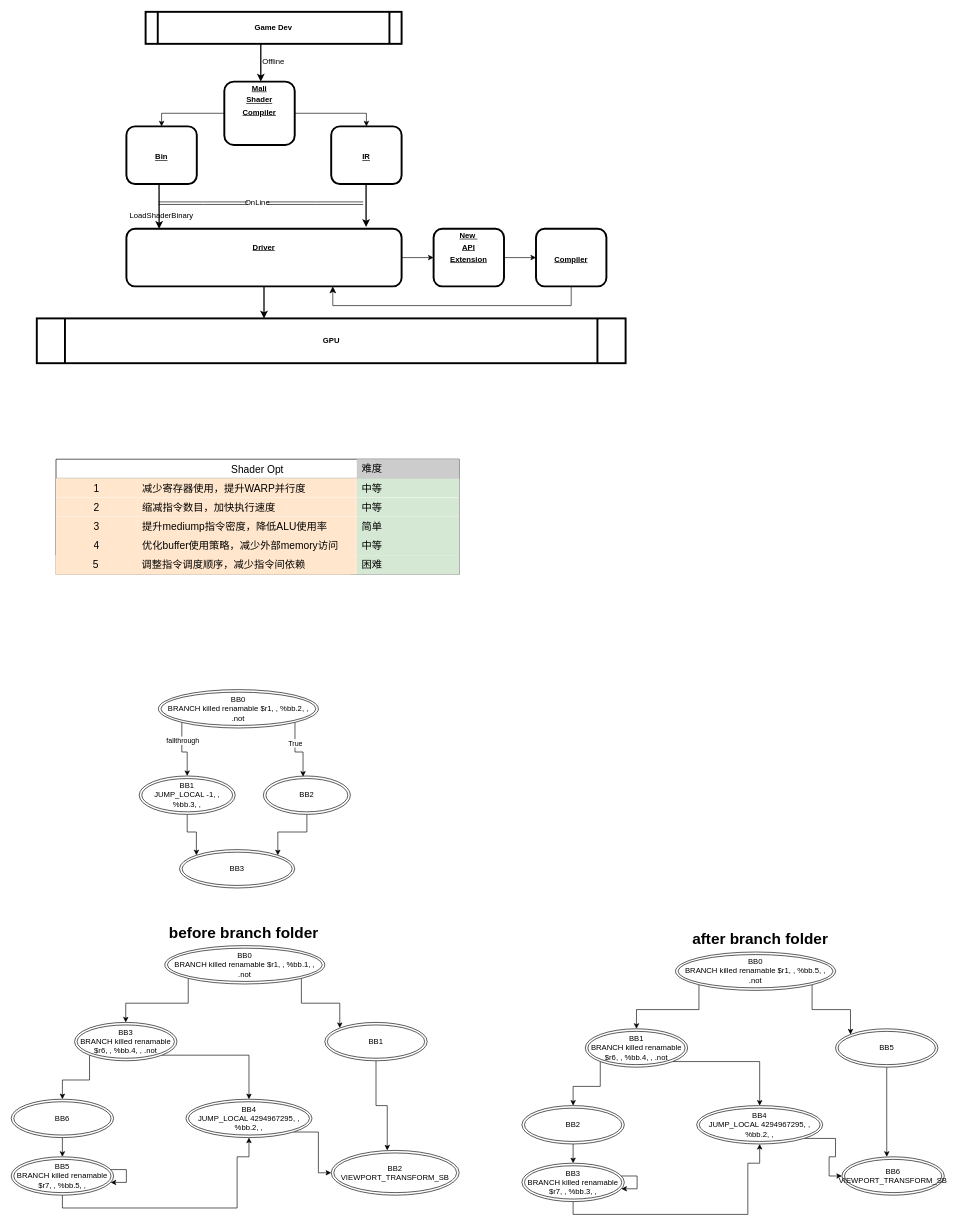
Before: gpu_comp.drawio in COthello/mesadoc, a draw.io diagram. Source tidied: cells renumbered, new cells numbered last; positions are measured from the earlier drawing's top-left corner, leaving out a move shared by most shapes. Both pictures are drawn from the tidied source at 64%, with x=0, y=0 at pixel (11, 12).
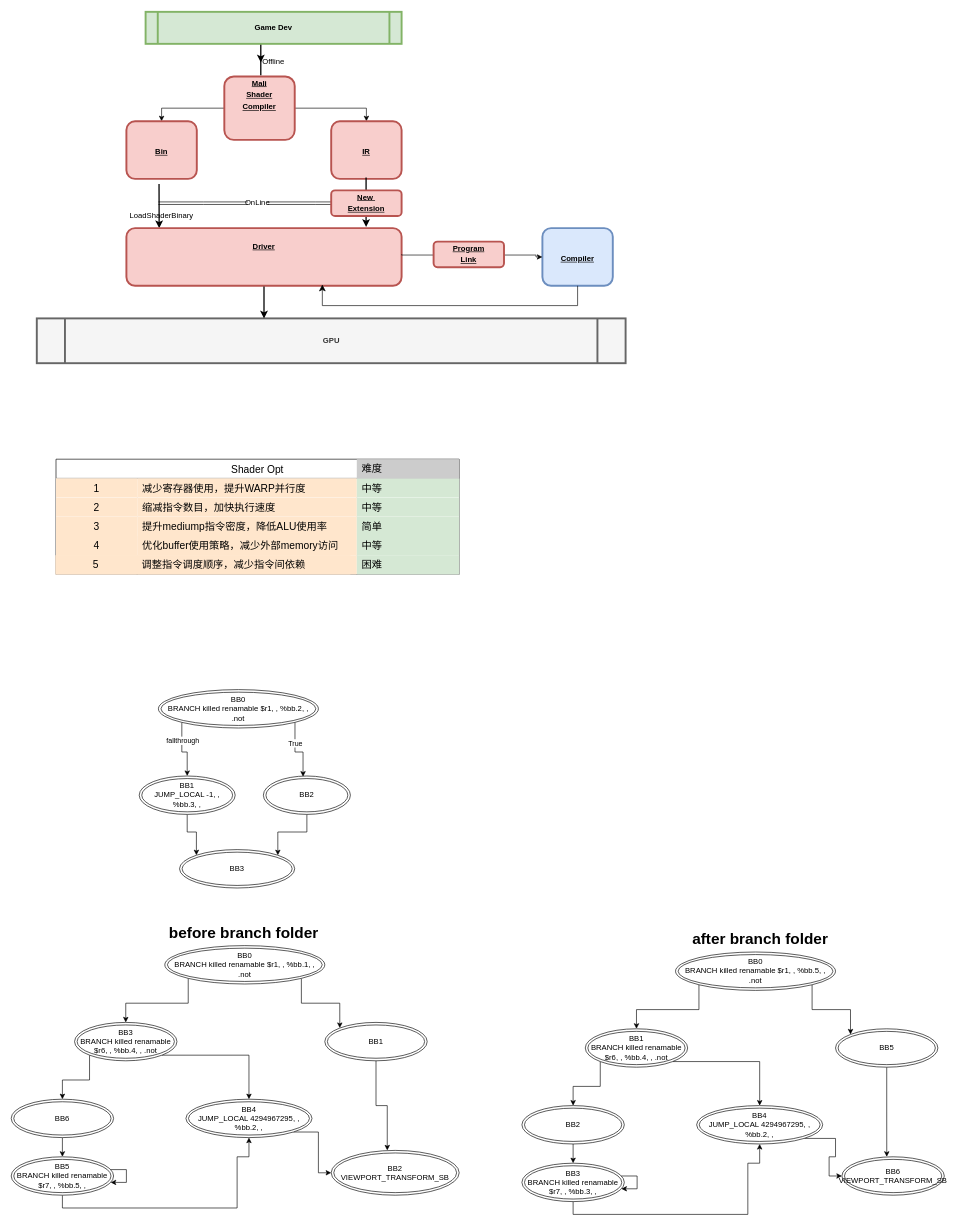
The same page after the edit.

Diff of the diagram source:
```diff
@@
-    <mxCell id="2" value="GPU" style="shape=process;whiteSpace=wrap;align=center;verticalAlign=middle;size=0.0475;fontStyle=1;strokeWidth=3;" parent="1" vertex="1">
+    <mxCell id="2" value="GPU" style="shape=process;whiteSpace=wrap;align=center;verticalAlign=middle;size=0.0475;fontStyle=1;strokeWidth=3;fillColor=#f5f5f5;strokeColor=#666666;fontColor=#333333;" parent="1" vertex="1">
       <mxGeometry x="40" y="479" width="920" height="70" as="geometry" />
     </mxCell>
@@
-    <mxCell id="5" value="&lt;p style=&quot;margin: 0px; margin-top: 4px; text-align: center; text-decoration: underline;&quot;&gt;Mali&lt;/p&gt;&lt;p style=&quot;margin: 0px; margin-top: 4px; text-align: center; text-decoration: underline;&quot;&gt;Shader&lt;/p&gt;&lt;p style=&quot;margin: 0px; margin-top: 4px; text-align: center; text-decoration: underline;&quot;&gt;Compiler&lt;/p&gt;" style="verticalAlign=middle;align=center;overflow=fill;fontSize=12;fontFamily=Helvetica;html=1;rounded=1;fontStyle=1;strokeWidth=3;" parent="1" vertex="1">
-      <mxGeometry x="333" y="109" width="110" height="99" as="geometry" />
+    <mxCell id="5" value="&lt;p style=&quot;margin: 0px; margin-top: 4px; text-align: center; text-decoration: underline;&quot;&gt;Mali&lt;/p&gt;&lt;p style=&quot;margin: 0px; margin-top: 4px; text-align: center; text-decoration: underline;&quot;&gt;Shader&lt;/p&gt;&lt;p style=&quot;margin: 0px; margin-top: 4px; text-align: center; text-decoration: underline;&quot;&gt;Compiler&lt;/p&gt;" style="verticalAlign=middle;align=center;overflow=fill;fontSize=12;fontFamily=Helvetica;html=1;rounded=1;fontStyle=1;strokeWidth=3;fillColor=#f8cecc;strokeColor=#b85450;" parent="1" vertex="1">
+      <mxGeometry x="333" y="101" width="110" height="99" as="geometry" />
     </mxCell>
     <mxCell id="6" style="edgeStyle=elbowEdgeStyle;elbow=vertical;strokeWidth=2;rounded=0;" parent="1" edge="1">
       <mxGeometry relative="1" as="geometry">
-        <mxPoint x="390" y="69" as="sourcePoint" />
-        <mxPoint x="390" y="109" as="targetPoint" />
+        <mxPoint x="390" y="99" as="sourcePoint" />
+        <mxPoint x="390" y="79" as="targetPoint" />
         <Array as="points">
           <mxPoint x="390" y="49" />
         </Array>
       </mxGeometry>
     </mxCell>
@@
-    <mxCell id="8" value="Game Dev" style="shape=process;whiteSpace=wrap;align=center;verticalAlign=middle;size=0.0475;fontStyle=1;strokeWidth=3;" parent="1" vertex="1">
+    <mxCell id="8" value="Game Dev" style="shape=process;whiteSpace=wrap;align=center;verticalAlign=middle;size=0.0475;fontStyle=1;strokeWidth=3;fillColor=#d5e8d4;strokeColor=#82b366;" parent="1" vertex="1">
       <mxGeometry x="210" width="400" height="50" as="geometry" />
     </mxCell>
-    <mxCell id="9" value="&lt;p style=&quot;margin: 0px; margin-top: 4px; text-align: center; text-decoration: underline;&quot;&gt;&lt;br&gt;&lt;/p&gt;&lt;p style=&quot;margin: 0px; margin-top: 4px; text-align: center; text-decoration: underline;&quot;&gt;&lt;span style=&quot;background-color: initial;&quot;&gt;&lt;br&gt;&lt;/span&gt;&lt;/p&gt;&lt;p style=&quot;margin: 0px; margin-top: 4px; text-align: center; text-decoration: underline;&quot;&gt;&lt;span style=&quot;background-color: initial;&quot;&gt;Bin&lt;/span&gt;&lt;br&gt;&lt;/p&gt;" style="verticalAlign=middle;align=center;overflow=fill;fontSize=12;fontFamily=Helvetica;html=1;rounded=1;fontStyle=1;strokeWidth=3;" parent="1" vertex="1">
-      <mxGeometry x="180" y="179" width="110" height="90" as="geometry" />
+    <mxCell id="9" value="&lt;p style=&quot;margin: 0px; margin-top: 4px; text-align: center; text-decoration: underline;&quot;&gt;&lt;br&gt;&lt;/p&gt;&lt;p style=&quot;margin: 0px; margin-top: 4px; text-align: center; text-decoration: underline;&quot;&gt;&lt;span style=&quot;background-color: initial;&quot;&gt;&lt;br&gt;&lt;/span&gt;&lt;/p&gt;&lt;p style=&quot;margin: 0px; margin-top: 4px; text-align: center; text-decoration: underline;&quot;&gt;&lt;span style=&quot;background-color: initial;&quot;&gt;Bin&lt;/span&gt;&lt;br&gt;&lt;/p&gt;" style="verticalAlign=middle;align=center;overflow=fill;fontSize=12;fontFamily=Helvetica;html=1;rounded=1;fontStyle=1;strokeWidth=3;fillColor=#f8cecc;strokeColor=#b85450;" parent="1" vertex="1">
+      <mxGeometry x="180" y="171" width="110" height="90" as="geometry" />
     </mxCell>
@@
-    <mxCell id="14" value="&lt;p style=&quot;margin: 0px; margin-top: 4px; text-align: center; text-decoration: underline;&quot;&gt;&lt;br&gt;&lt;/p&gt;&lt;p style=&quot;margin: 0px; margin-top: 4px; text-align: center; text-decoration: underline;&quot;&gt;&lt;br&gt;&lt;/p&gt;&lt;p style=&quot;margin: 0px; margin-top: 4px; text-align: center; text-decoration: underline;&quot;&gt;IR&lt;/p&gt;" style="verticalAlign=middle;align=center;overflow=fill;fontSize=12;fontFamily=Helvetica;html=1;rounded=1;fontStyle=1;strokeWidth=3;" parent="1" vertex="1">
-      <mxGeometry x="500" y="179" width="110" height="90" as="geometry" />
+    <mxCell id="14" value="&lt;p style=&quot;margin: 0px; margin-top: 4px; text-align: center; text-decoration: underline;&quot;&gt;&lt;br&gt;&lt;/p&gt;&lt;p style=&quot;margin: 0px; margin-top: 4px; text-align: center; text-decoration: underline;&quot;&gt;&lt;br&gt;&lt;/p&gt;&lt;p style=&quot;margin: 0px; margin-top: 4px; text-align: center; text-decoration: underline;&quot;&gt;IR&lt;/p&gt;" style="verticalAlign=middle;align=center;overflow=fill;fontSize=12;fontFamily=Helvetica;html=1;rounded=1;fontStyle=1;strokeWidth=3;fillColor=#f8cecc;strokeColor=#b85450;" parent="1" vertex="1">
+      <mxGeometry x="500" y="171" width="110" height="90" as="geometry" />
     </mxCell>
     <mxCell id="15" style="edgeStyle=elbowEdgeStyle;elbow=vertical;strokeWidth=2;rounded=0;entryX=0.233;entryY=-0.043;entryDx=0;entryDy=0;entryPerimeter=0;" parent="1" edge="1">
       <mxGeometry relative="1" as="geometry">
         <mxPoint x="554.5" y="279" as="sourcePoint" />
         <mxPoint x="554.5" y="336" as="targetPoint" />
         <Array as="points">
-          <mxPoint x="554.5" y="269" />
+          <mxPoint x="555" y="259" />
         </Array>
       </mxGeometry>
     </mxCell>
-    <mxCell id="16" value="&lt;p style=&quot;margin: 0px; margin-top: 4px; text-align: center; text-decoration: underline;&quot;&gt;&lt;br&gt;&lt;/p&gt;&lt;p style=&quot;margin: 0px; margin-top: 4px; text-align: center; text-decoration: underline;&quot;&gt;&lt;br&gt;&lt;/p&gt;&lt;p style=&quot;margin: 0px; margin-top: 4px; text-align: center; text-decoration: underline;&quot;&gt;Compiler&lt;/p&gt;" style="verticalAlign=middle;align=center;overflow=fill;fontSize=12;fontFamily=Helvetica;html=1;rounded=1;fontStyle=1;strokeWidth=3;" parent="1" vertex="1">
-      <mxGeometry x="820" y="339" width="110" height="90" as="geometry" />
+    <mxCell id="16" value="&lt;p style=&quot;margin: 0px; margin-top: 4px; text-align: center; text-decoration: underline;&quot;&gt;&lt;br&gt;&lt;/p&gt;&lt;p style=&quot;margin: 0px; margin-top: 4px; text-align: center; text-decoration: underline;&quot;&gt;&lt;br&gt;&lt;/p&gt;&lt;p style=&quot;margin: 0px; margin-top: 4px; text-align: center; text-decoration: underline;&quot;&gt;Compiler&lt;/p&gt;" style="verticalAlign=middle;align=center;overflow=fill;fontSize=12;fontFamily=Helvetica;html=1;rounded=1;fontStyle=1;strokeWidth=3;fillColor=#dae8fc;strokeColor=#6c8ebf;" parent="1" vertex="1">
+      <mxGeometry x="830" y="338" width="110" height="90" as="geometry" />
     </mxCell>
-    <mxCell id="17" style="edgeStyle=orthogonalEdgeStyle;rounded=0;jettySize=auto;html=1;exitX=1;exitY=0.5;exitDx=0;exitDy=0;entryX=0;entryY=0.5;entryDx=0;entryDy=0;" parent="1" edge="1" source="18" target="20">
-      <mxGeometry relative="1" as="geometry" />
-    </mxCell>
-    <mxCell id="18" value="&lt;p style=&quot;margin: 0px; margin-top: 4px; text-align: center; text-decoration: underline;&quot;&gt;&lt;br&gt;&lt;/p&gt;&lt;p style=&quot;margin: 0px; margin-top: 4px; text-align: center; text-decoration: underline;&quot;&gt;&lt;span style=&quot;background-color: initial;&quot;&gt;Driver&lt;/span&gt;&lt;br&gt;&lt;/p&gt;" style="verticalAlign=middle;align=center;overflow=fill;fontSize=12;fontFamily=Helvetica;html=1;rounded=1;fontStyle=1;strokeWidth=3;" parent="1" vertex="1">
-      <mxGeometry x="180" y="339" width="430" height="90" as="geometry" />
+    <mxCell id="18" value="&lt;p style=&quot;margin: 0px; margin-top: 4px; text-align: center; text-decoration: underline;&quot;&gt;&lt;br&gt;&lt;/p&gt;&lt;p style=&quot;margin: 0px; margin-top: 4px; text-align: center; text-decoration: underline;&quot;&gt;&lt;span style=&quot;background-color: initial;&quot;&gt;Driver&lt;/span&gt;&lt;br&gt;&lt;/p&gt;" style="verticalAlign=middle;align=center;overflow=fill;fontSize=12;fontFamily=Helvetica;html=1;rounded=1;fontStyle=1;strokeWidth=3;fillColor=#f8cecc;strokeColor=#b85450;" parent="1" vertex="1">
+      <mxGeometry x="180" y="338" width="430" height="90" as="geometry" />
     </mxCell>
-    <mxCell id="19" style="edgeStyle=orthogonalEdgeStyle;rounded=0;jettySize=auto;html=1;exitX=1;exitY=0.5;exitDx=0;exitDy=0;entryX=0;entryY=0.5;entryDx=0;entryDy=0;" parent="1" edge="1" source="20" target="16">
-      <mxGeometry relative="1" as="geometry" />
-    </mxCell>
+    <mxCell id="93" style="edgeStyle=orthogonalEdgeStyle;rounded=0;jettySize=auto;html=1;entryX=0;entryY=0.5;entryDx=0;entryDy=0;" parent="1" edge="1" target="16">
+      <mxGeometry relative="1" as="geometry">
+        <mxPoint x="610" y="379" as="sourcePoint" />
+        <Array as="points">
+          <mxPoint x="610" y="380" />
+          <mxPoint x="820" y="380" />
+        </Array>
+      </mxGeometry>
+    </mxCell>
-    <mxCell id="20" value="&lt;p style=&quot;margin: 0px; margin-top: 4px; text-align: center; text-decoration: underline;&quot;&gt;New&amp;nbsp;&lt;/p&gt;&lt;p style=&quot;margin: 0px; margin-top: 4px; text-align: center; text-decoration: underline;&quot;&gt;API&lt;/p&gt;&lt;p style=&quot;margin: 0px; margin-top: 4px; text-align: center; text-decoration: underline;&quot;&gt;Extension&lt;/p&gt;" style="verticalAlign=middle;align=center;overflow=fill;fontSize=12;fontFamily=Helvetica;html=1;rounded=1;fontStyle=1;strokeWidth=3;" parent="1" vertex="1">
-      <mxGeometry x="660" y="339" width="110" height="90" as="geometry" />
+    <mxCell id="20" value="&lt;p style=&quot;margin: 0px; margin-top: 4px; text-align: center; text-decoration: underline;&quot;&gt;New&amp;nbsp;&lt;/p&gt;&lt;p style=&quot;margin: 0px; margin-top: 4px; text-align: center; text-decoration: underline;&quot;&gt;Extension&lt;/p&gt;" style="verticalAlign=middle;align=center;overflow=fill;fontSize=12;fontFamily=Helvetica;html=1;rounded=1;fontStyle=1;strokeWidth=3;fillColor=#f8cecc;strokeColor=#b85450;" parent="1" vertex="1">
+      <mxGeometry x="500" y="279" width="110" height="40" as="geometry" />
     </mxCell>
@@
-    <mxCell id="22" style="edgeStyle=elbowEdgeStyle;elbow=horizontal;endArrow=classic;html=1;curved=0;rounded=0;endSize=8;startSize=8;entryX=0.75;entryY=1;entryDx=0;entryDy=0;exitX=0.5;exitY=1;exitDx=0;exitDy=0;" parent="1" edge="1" source="16" target="18">
+    <mxCell id="22" style="edgeStyle=elbowEdgeStyle;elbow=horizontal;endArrow=classic;html=1;curved=0;rounded=0;endSize=8;startSize=8;exitX=0.5;exitY=1;exitDx=0;exitDy=0;entryX=0.712;entryY=0.978;entryDx=0;entryDy=0;entryPerimeter=0;" parent="1" edge="1" source="16" target="18">
       <mxGeometry relative="1" as="geometry">
         <Array as="points">
           <mxPoint x="680" y="459" />
         </Array>
       </mxGeometry>
     </mxCell>
@@
+    <mxCell id="94" value="&lt;p style=&quot;margin: 0px; margin-top: 4px; text-align: center; text-decoration: underline;&quot;&gt;Program&lt;/p&gt;&lt;p style=&quot;margin: 0px; margin-top: 4px; text-align: center; text-decoration: underline;&quot;&gt;Link&lt;/p&gt;" style="verticalAlign=middle;align=center;overflow=fill;fontSize=12;fontFamily=Helvetica;html=1;rounded=1;fontStyle=1;strokeWidth=3;fillColor=#f8cecc;strokeColor=#b85450;" parent="1" vertex="1">
+      <mxGeometry x="660" y="359" width="110" height="40" as="geometry" />
+    </mxCell>
```
